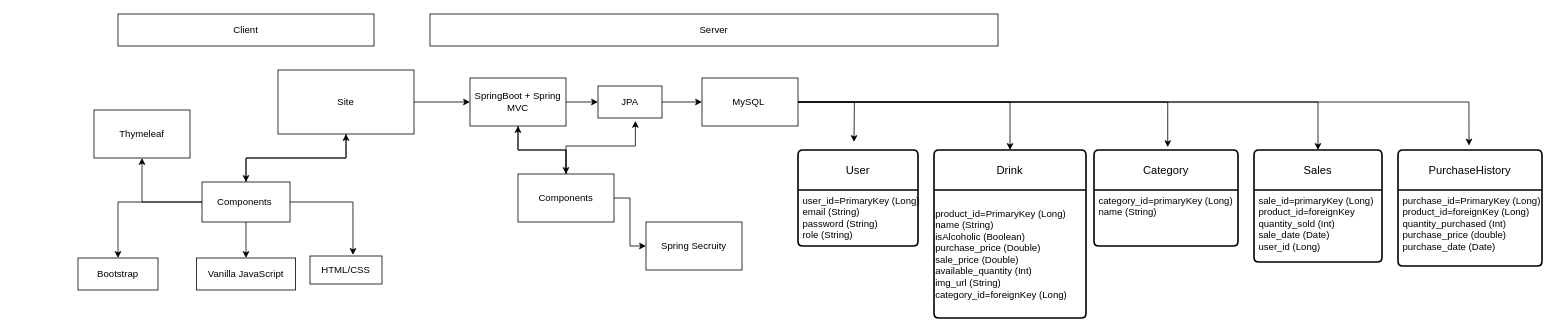
The draw.io diagram Inventory_V2.drawio in j4n-r/Inventory_V2, before the edit. Source tidied: cells renumbered, new cells numbered last; positions are measured from the earlier drawing's top-left corner, leaving out a move shared by most shapes. Both pictures are drawn from the tidied source at 80%, with x=0, y=0 at pixel (78, 14).
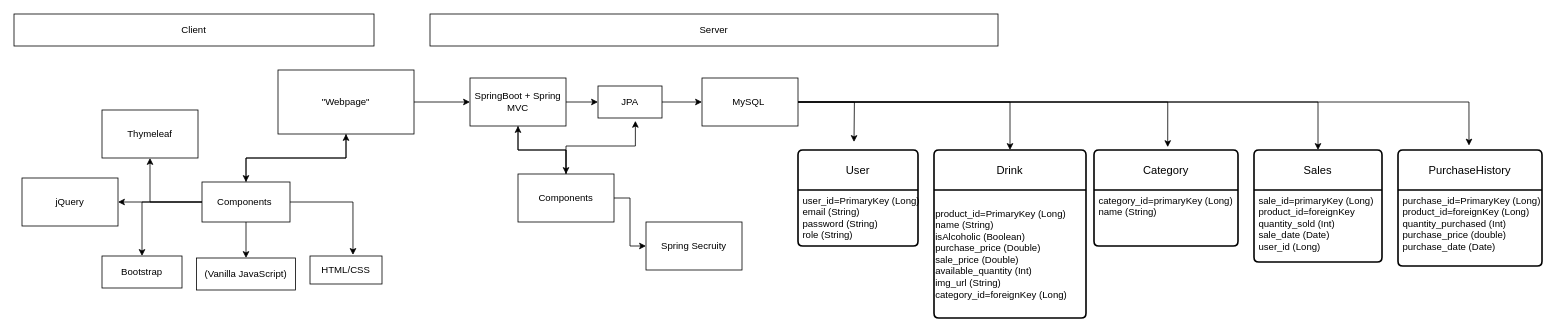
After the change.

Unchanged cells that the change refers to:
```xml
<mxCell id="15" value="Components&amp;nbsp;" style="rounded=0;whiteSpace=wrap;html=1;" parent="1" vertex="1">
  <mxGeometry x="155" y="210" width="110" height="50" as="geometry" />
</mxCell>
```

The edit, as a diff of the source:
```diff
@@
     <mxCell id="6" value="Client" style="rounded=0;whiteSpace=wrap;html=1;" parent="1" vertex="1">
-      <mxGeometry x="50" width="320" height="40" as="geometry" />
+      <mxGeometry x="-80" width="450" height="40" as="geometry" />
     </mxCell>
@@
-    <mxCell id="10" value="Site" style="rounded=0;whiteSpace=wrap;html=1;" parent="1" vertex="1">
+    <mxCell id="10" value="&quot;Webpage&quot;" style="rounded=0;whiteSpace=wrap;html=1;" parent="1" vertex="1">
       <mxGeometry x="250" y="70" width="170" height="80" as="geometry" />
     </mxCell>
@@
+    <mxCell id="43" style="edgeStyle=orthogonalEdgeStyle;rounded=0;jettySize=auto;html=1;entryX=1;entryY=0.5;entryDx=0;entryDy=0;" parent="1" edge="1" source="15" target="44">
+      <mxGeometry relative="1" as="geometry" />
+    </mxCell>
@@
     <mxCell id="16" value="Bootstrap" style="rounded=0;whiteSpace=wrap;html=1;" parent="1" vertex="1">
-      <mxGeometry y="305" width="100" height="40" as="geometry" />
+      <mxGeometry x="30" y="302.5" width="100" height="40" as="geometry" />
     </mxCell>
-    <mxCell id="17" value="Vanilla JavaScript" style="rounded=0;whiteSpace=wrap;html=1;" parent="1" vertex="1">
+    <mxCell id="17" value="(Vanilla JavaScript)" style="rounded=0;whiteSpace=wrap;html=1;" parent="1" vertex="1">
       <mxGeometry x="148" y="305" width="124" height="40" as="geometry" />
     </mxCell>
@@
     <mxCell id="24" value="Thymeleaf" style="rounded=0;whiteSpace=wrap;html=1;" parent="1" vertex="1">
-      <mxGeometry x="20" y="120" width="120" height="60" as="geometry" />
+      <mxGeometry x="30" y="120" width="120" height="60" as="geometry" />
     </mxCell>
@@
+    <mxCell id="44" value="jQuery" style="rounded=0;whiteSpace=wrap;html=1;" parent="1" vertex="1">
+      <mxGeometry x="-70" y="205" width="120" height="60" as="geometry" />
+    </mxCell>
```
